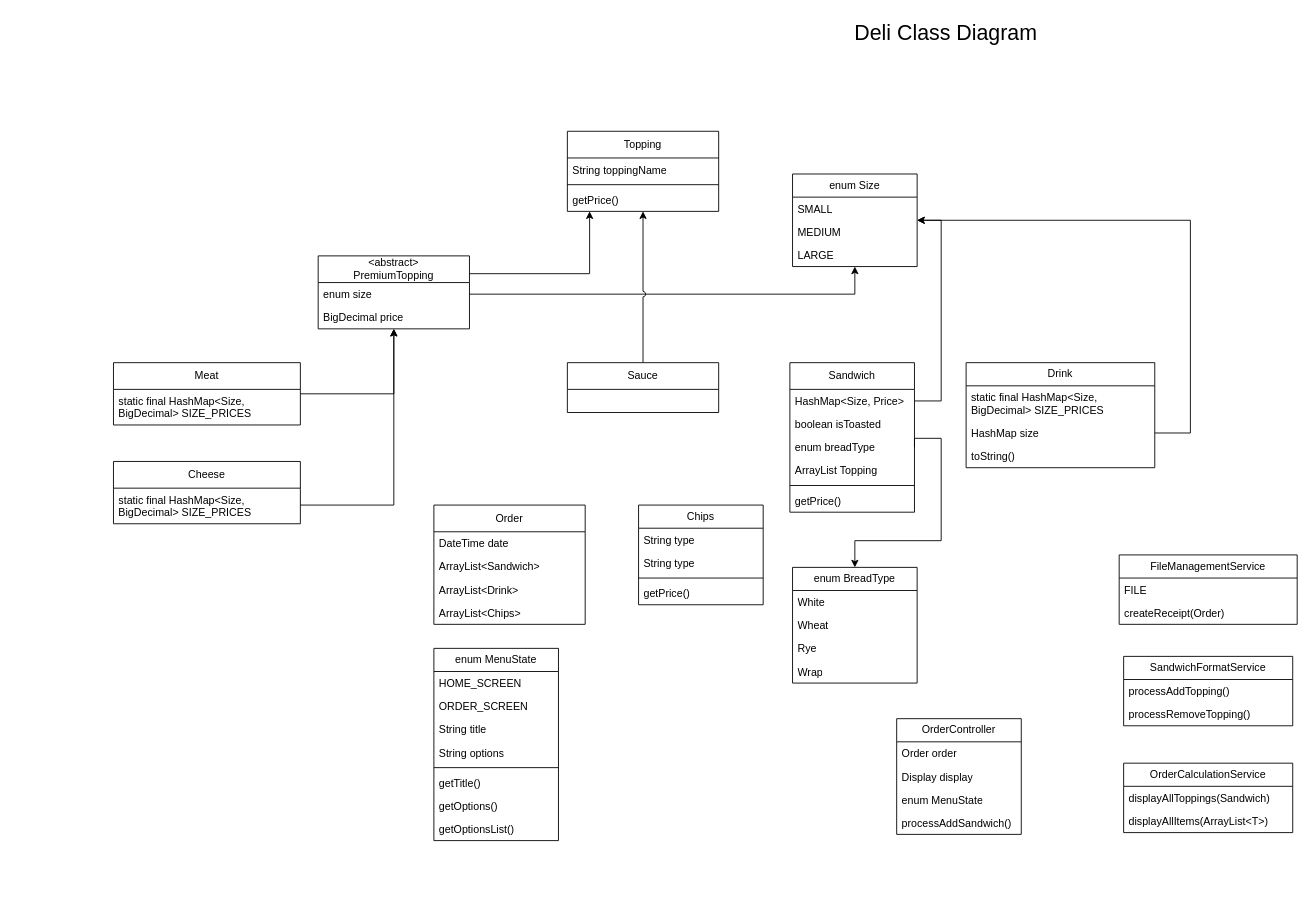
This is class-diagram/Deli Class Diagram.drawio from Phini0n/DELI-cious, a draw.io file, before an edit. Source tidied: cells renumbered, new cells numbered last; positions are measured from the earlier drawing's top-left corner, leaving out a move shared by most shapes. Both pictures are drawn from the tidied source at 89%, with x=0, y=0 at pixel (113, 15).
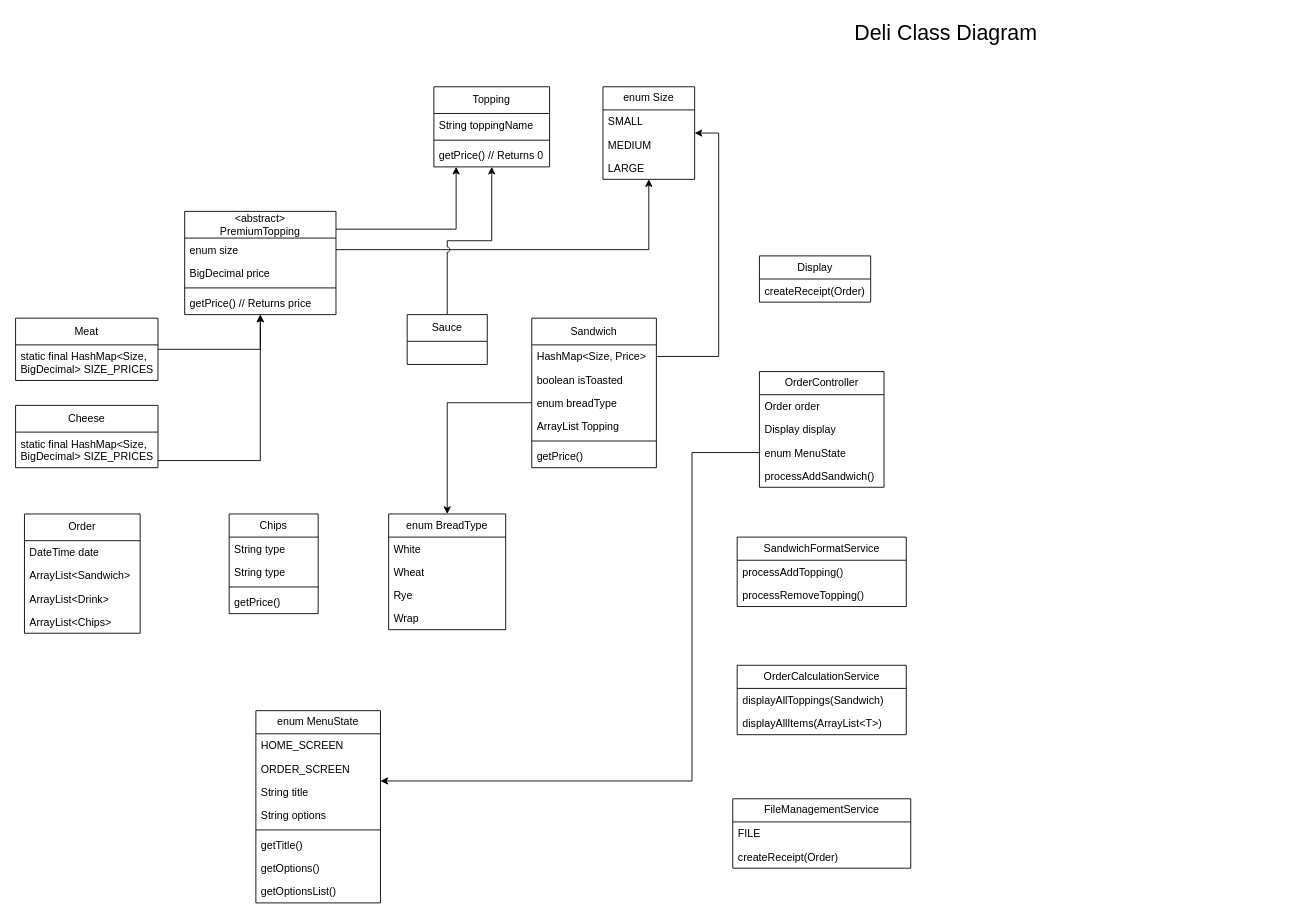
Above is the later version.

Commit message:
Finalized model section of class diagram.

Unchanged cells that the change refers to:
```xml
<mxCell id="3" value="HashMap&amp;lt;Size, Price&amp;gt;" style="text;strokeColor=none;fillColor=none;align=left;verticalAlign=top;spacingLeft=4;spacingRight=4;overflow=hidden;points=[[0,0.5],[1,0.5]];portConstraint=eastwest;whiteSpace=wrap;html=1;labelBackgroundColor=none;" parent="2" vertex="1">
  <mxGeometry y="30" width="140" height="26" as="geometry" />
</mxCell>
<mxCell id="5" value="enum breadType" style="text;strokeColor=none;fillColor=none;align=left;verticalAlign=top;spacingLeft=4;spacingRight=4;overflow=hidden;points=[[0,0.5],[1,0.5]];portConstraint=eastwest;whiteSpace=wrap;html=1;labelBackgroundColor=none;" parent="2" vertex="1">
  <mxGeometry y="82" width="140" height="26" as="geometry" />
</mxCell>
<mxCell id="74" value="enum MenuState" style="text;strokeColor=none;fillColor=none;align=left;verticalAlign=top;spacingLeft=4;spacingRight=4;overflow=hidden;points=[[0,0.5],[1,0.5]];portConstraint=eastwest;whiteSpace=wrap;html=1;labelBackgroundColor=none;" parent="71" vertex="1">
  <mxGeometry y="78" width="140" height="26" as="geometry" />
</mxCell>
```

Change to the diagram source:
```diff
@@
     <mxCell id="2" value="Sandwich" style="swimlane;fontStyle=0;horizontal=1;startSize=30;fillColor=none;whiteSpace=wrap;html=1;labelBackgroundColor=none;" parent="1" vertex="1">
-      <mxGeometry x="760" y="390" width="140" height="168" as="geometry" />
+      <mxGeometry x="470" y="340" width="140" height="168" as="geometry" />
     </mxCell>
@@
-    <mxCell id="9" value="Drink" style="swimlane;fontStyle=0;horizontal=1;startSize=26;fillColor=none;whiteSpace=wrap;html=1;labelBackgroundColor=none;" parent="1" vertex="1">
-      <mxGeometry x="958" y="390" width="212" height="118" as="geometry" />
-    </mxCell>
-    <mxCell id="10" value="static final HashMap&amp;lt;Size, BigDecimal&amp;gt; SIZE_PRICES" style="text;strokeColor=none;fillColor=none;align=left;verticalAlign=top;spacingLeft=4;spacingRight=4;overflow=hidden;whiteSpace=wrap;html=1;labelBackgroundColor=none;" parent="9" vertex="1">
-      <mxGeometry y="26" width="212" height="40" as="geometry" />
-    </mxCell>
-    <mxCell id="11" value="HashMap size" style="text;strokeColor=none;fillColor=none;align=left;verticalAlign=top;spacingLeft=4;spacingRight=4;overflow=hidden;points=[[0,0.5],[1,0.5]];portConstraint=eastwest;whiteSpace=wrap;html=1;labelBackgroundColor=none;" parent="9" vertex="1">
-      <mxGeometry y="66" width="212" height="26" as="geometry" />
-    </mxCell>
-    <mxCell id="12" value="toString()" style="text;strokeColor=none;fillColor=none;align=left;verticalAlign=top;spacingLeft=4;spacingRight=4;overflow=hidden;whiteSpace=wrap;html=1;labelBackgroundColor=none;" parent="9" vertex="1">
-      <mxGeometry y="92" width="212" height="26" as="geometry" />
-    </mxCell>
     <mxCell id="13" value="Chips" style="swimlane;fontStyle=0;horizontal=1;startSize=26;fillColor=none;whiteSpace=wrap;html=1;labelBackgroundColor=none;" parent="1" vertex="1">
-      <mxGeometry x="590" y="550" width="140" height="112" as="geometry" />
+      <mxGeometry x="130" y="560" width="100" height="112" as="geometry" />
     </mxCell>
     <mxCell id="14" value="String type" style="text;strokeColor=none;fillColor=none;align=left;verticalAlign=top;spacingLeft=4;spacingRight=4;overflow=hidden;whiteSpace=wrap;html=1;labelBackgroundColor=none;" parent="13" vertex="1">
-      <mxGeometry y="26" width="140" height="26" as="geometry" />
+      <mxGeometry y="26" width="100" height="26" as="geometry" />
     </mxCell>
     <mxCell id="15" value="String type" style="text;strokeColor=none;fillColor=none;align=left;verticalAlign=top;spacingLeft=4;spacingRight=4;overflow=hidden;whiteSpace=wrap;html=1;labelBackgroundColor=none;" parent="13" vertex="1">
-      <mxGeometry y="52" width="140" height="26" as="geometry" />
+      <mxGeometry y="52" width="100" height="26" as="geometry" />
     </mxCell>
     <mxCell id="16" style="line;strokeWidth=1;fillColor=none;align=left;verticalAlign=middle;spacingTop=-1;spacingLeft=3;spacingRight=3;labelPosition=right;strokeColor=inherit;" parent="13" vertex="1">
-      <mxGeometry y="78" width="140" height="8" as="geometry" />
+      <mxGeometry y="78" width="100" height="8" as="geometry" />
     </mxCell>
     <mxCell id="17" value="getPrice()" style="text;strokeColor=none;fillColor=none;align=left;verticalAlign=top;spacingLeft=4;spacingRight=4;overflow=hidden;whiteSpace=wrap;html=1;labelBackgroundColor=none;" parent="13" vertex="1">
-      <mxGeometry y="86" width="140" height="26" as="geometry" />
+      <mxGeometry y="86" width="100" height="26" as="geometry" />
     </mxCell>
     <mxCell id="18" value="Order" style="swimlane;fontStyle=0;horizontal=1;startSize=30;fillColor=none;whiteSpace=wrap;html=1;labelBackgroundColor=none;" parent="1" vertex="1">
-      <mxGeometry x="360" y="550" width="170" height="134" as="geometry" />
+      <mxGeometry x="-100" y="560" width="130" height="134" as="geometry" />
     </mxCell>
     <mxCell id="19" value="DateTime date" style="text;strokeColor=none;fillColor=none;align=left;verticalAlign=top;spacingLeft=4;spacingRight=4;overflow=hidden;whiteSpace=wrap;html=1;labelBackgroundColor=none;" parent="18" vertex="1">
-      <mxGeometry y="30" width="170" height="26" as="geometry" />
+      <mxGeometry y="30" width="130" height="26" as="geometry" />
     </mxCell>
     <mxCell id="20" value="ArrayList&amp;lt;Sandwich&amp;gt;" style="text;strokeColor=none;fillColor=none;align=left;verticalAlign=top;spacingLeft=4;spacingRight=4;overflow=hidden;whiteSpace=wrap;html=1;labelBackgroundColor=none;" parent="18" vertex="1">
-      <mxGeometry y="56" width="170" height="26" as="geometry" />
+      <mxGeometry y="56" width="130" height="26" as="geometry" />
     </mxCell>
     <mxCell id="21" value="ArrayList&amp;lt;Drink&amp;gt;" style="text;strokeColor=none;fillColor=none;align=left;verticalAlign=top;spacingLeft=4;spacingRight=4;overflow=hidden;whiteSpace=wrap;html=1;labelBackgroundColor=none;" parent="18" vertex="1">
-      <mxGeometry y="82" width="170" height="26" as="geometry" />
+      <mxGeometry y="82" width="130" height="26" as="geometry" />
     </mxCell>
     <mxCell id="22" value="ArrayList&amp;lt;Chips&amp;gt;" style="text;strokeColor=none;fillColor=none;align=left;verticalAlign=top;spacingLeft=4;spacingRight=4;overflow=hidden;whiteSpace=wrap;html=1;labelBackgroundColor=none;" parent="18" vertex="1">
-      <mxGeometry y="108" width="170" height="26" as="geometry" />
+      <mxGeometry y="108" width="130" height="26" as="geometry" />
     </mxCell>
@@
     <mxCell id="24" value="&lt;span style=&quot;background-color: initial;&quot;&gt;Topping&lt;/span&gt;" style="swimlane;fontStyle=0;horizontal=1;startSize=30;fillColor=none;whiteSpace=wrap;html=1;labelBackgroundColor=none;" parent="1" vertex="1">
-      <mxGeometry x="510" y="130" width="170" height="90" as="geometry" />
+      <mxGeometry x="360" y="80" width="130" height="90" as="geometry" />
     </mxCell>
     <mxCell id="25" value="String toppingName" style="text;strokeColor=none;fillColor=none;align=left;verticalAlign=top;spacingLeft=4;spacingRight=4;overflow=hidden;whiteSpace=wrap;html=1;labelBackgroundColor=none;" parent="24" vertex="1">
-      <mxGeometry y="30" width="170" height="26" as="geometry" />
+      <mxGeometry y="30" width="130" height="26" as="geometry" />
     </mxCell>
     <mxCell id="26" style="line;strokeWidth=1;fillColor=none;align=left;verticalAlign=middle;spacingTop=-1;spacingLeft=3;spacingRight=3;labelPosition=right;strokeColor=inherit;" parent="24" vertex="1">
-      <mxGeometry y="56" width="170" height="8" as="geometry" />
+      <mxGeometry y="56" width="130" height="8" as="geometry" />
     </mxCell>
-    <mxCell id="27" value="getPrice()" style="text;strokeColor=none;fillColor=none;align=left;verticalAlign=top;spacingLeft=4;spacingRight=4;overflow=hidden;whiteSpace=wrap;html=1;labelBackgroundColor=none;" parent="24" vertex="1">
-      <mxGeometry y="64" width="170" height="26" as="geometry" />
+    <mxCell id="27" value="getPrice() // Returns 0" style="text;strokeColor=none;fillColor=none;align=left;verticalAlign=top;spacingLeft=4;spacingRight=4;overflow=hidden;whiteSpace=wrap;html=1;labelBackgroundColor=none;" parent="24" vertex="1">
+      <mxGeometry y="64" width="130" height="26" as="geometry" />
     </mxCell>
     <mxCell id="28" value="OrderCalculationService" style="swimlane;fontStyle=0;horizontal=1;startSize=26;fillColor=none;whiteSpace=wrap;html=1;labelBackgroundColor=none;" parent="1" vertex="1">
-      <mxGeometry x="1135" y="840" width="190" height="78" as="geometry" />
+      <mxGeometry x="700.8" y="730" width="190" height="78" as="geometry" />
     </mxCell>
@@
     <mxCell id="31" style="edgeStyle=orthogonalEdgeStyle;rounded=0;jettySize=auto;html=1;" parent="1" edge="1" source="32" target="24">
       <mxGeometry relative="1" as="geometry">
         <Array as="points">
-          <mxPoint x="535" y="290" />
+          <mxPoint x="385" y="240" />
         </Array>
       </mxGeometry>
     </mxCell>
     <mxCell id="32" value="&lt;div&gt;&lt;span style=&quot;background-color: initial;&quot;&gt;&amp;lt;abstract&amp;gt;&lt;/span&gt;&lt;/div&gt;&lt;div&gt;&lt;span style=&quot;background-color: initial;&quot;&gt;PremiumTopping&lt;/span&gt;&lt;/div&gt;" style="swimlane;fontStyle=0;horizontal=1;startSize=30;fillColor=none;whiteSpace=wrap;html=1;labelBackgroundColor=none;" parent="1" vertex="1">
-      <mxGeometry x="230" y="270" width="170" height="82" as="geometry" />
+      <mxGeometry x="80" y="220" width="170" height="116" as="geometry" />
     </mxCell>
@@
+    <mxCell id="76" style="line;strokeWidth=1;fillColor=none;align=left;verticalAlign=middle;spacingTop=-1;spacingLeft=3;spacingRight=3;labelPosition=right;strokeColor=inherit;" parent="32" vertex="1">
+      <mxGeometry y="82" width="170" height="8" as="geometry" />
+    </mxCell>
+    <mxCell id="77" value="getPrice() // Returns price" style="text;strokeColor=none;fillColor=none;align=left;verticalAlign=top;spacingLeft=4;spacingRight=4;overflow=hidden;whiteSpace=wrap;html=1;labelBackgroundColor=none;" parent="32" vertex="1">
+      <mxGeometry y="90" width="170" height="26" as="geometry" />
+    </mxCell>
     <mxCell id="35" value="FileManagementService" style="swimlane;fontStyle=0;horizontal=1;startSize=26;fillColor=none;whiteSpace=wrap;html=1;labelBackgroundColor=none;" parent="1" vertex="1">
-      <mxGeometry x="1130" y="606" width="200" height="78" as="geometry" />
+      <mxGeometry x="695.8" y="880" width="200" height="78" as="geometry" />
     </mxCell>
@@
     <mxCell id="38" value="enum BreadType" style="swimlane;fontStyle=0;horizontal=1;startSize=26;fillColor=none;whiteSpace=wrap;html=1;labelBackgroundColor=none;" parent="1" vertex="1">
-      <mxGeometry x="763" y="620" width="140" height="130" as="geometry" />
+      <mxGeometry x="309.2" y="560" width="131.5" height="130" as="geometry" />
     </mxCell>
     <mxCell id="39" value="White" style="text;strokeColor=none;fillColor=none;align=left;verticalAlign=top;spacingLeft=4;spacingRight=4;overflow=hidden;whiteSpace=wrap;html=1;labelBackgroundColor=none;" parent="38" vertex="1">
-      <mxGeometry y="26" width="140" height="26" as="geometry" />
+      <mxGeometry y="26" width="131.5" height="26" as="geometry" />
     </mxCell>
     <mxCell id="40" value="Wheat" style="text;strokeColor=none;fillColor=none;align=left;verticalAlign=top;spacingLeft=4;spacingRight=4;overflow=hidden;whiteSpace=wrap;html=1;labelBackgroundColor=none;" parent="38" vertex="1">
-      <mxGeometry y="52" width="140" height="26" as="geometry" />
+      <mxGeometry y="52" width="131.5" height="26" as="geometry" />
     </mxCell>
     <mxCell id="41" value="Rye" style="text;strokeColor=none;fillColor=none;align=left;verticalAlign=top;spacingLeft=4;spacingRight=4;overflow=hidden;whiteSpace=wrap;html=1;labelBackgroundColor=none;" parent="38" vertex="1">
-      <mxGeometry y="78" width="140" height="26" as="geometry" />
+      <mxGeometry y="78" width="131.5" height="26" as="geometry" />
     </mxCell>
     <mxCell id="42" value="Wrap" style="text;strokeColor=none;fillColor=none;align=left;verticalAlign=top;spacingLeft=4;spacingRight=4;overflow=hidden;whiteSpace=wrap;html=1;labelBackgroundColor=none;" parent="38" vertex="1">
-      <mxGeometry y="104" width="140" height="26" as="geometry" />
+      <mxGeometry y="104" width="131.5" height="26" as="geometry" />
     </mxCell>
     <mxCell id="43" value="SandwichFormatService" style="swimlane;fontStyle=0;horizontal=1;startSize=26;fillColor=none;whiteSpace=wrap;html=1;labelBackgroundColor=none;" parent="1" vertex="1">
-      <mxGeometry x="1135" y="720" width="190" height="78" as="geometry" />
+      <mxGeometry x="700.8" y="586" width="190" height="78" as="geometry" />
     </mxCell>
@@
     <mxCell id="46" value="enum Size" style="swimlane;fontStyle=0;horizontal=1;startSize=26;fillColor=none;whiteSpace=wrap;html=1;labelBackgroundColor=none;" parent="1" vertex="1">
-      <mxGeometry x="763" y="178" width="140" height="104" as="geometry" />
+      <mxGeometry x="550" y="80" width="103" height="104" as="geometry" />
     </mxCell>
     <mxCell id="47" value="SMALL" style="text;strokeColor=none;fillColor=none;align=left;verticalAlign=top;spacingLeft=4;spacingRight=4;overflow=hidden;whiteSpace=wrap;html=1;labelBackgroundColor=none;" parent="46" vertex="1">
-      <mxGeometry y="26" width="140" height="26" as="geometry" />
+      <mxGeometry y="26" width="103" height="26" as="geometry" />
     </mxCell>
     <mxCell id="48" value="MEDIUM" style="text;strokeColor=none;fillColor=none;align=left;verticalAlign=top;spacingLeft=4;spacingRight=4;overflow=hidden;whiteSpace=wrap;html=1;labelBackgroundColor=none;" parent="46" vertex="1">
-      <mxGeometry y="52" width="140" height="26" as="geometry" />
+      <mxGeometry y="52" width="103" height="26" as="geometry" />
     </mxCell>
     <mxCell id="49" value="LARGE" style="text;strokeColor=none;fillColor=none;align=left;verticalAlign=top;spacingLeft=4;spacingRight=4;overflow=hidden;whiteSpace=wrap;html=1;labelBackgroundColor=none;" parent="46" vertex="1">
-      <mxGeometry y="78" width="140" height="26" as="geometry" />
+      <mxGeometry y="78" width="103" height="26" as="geometry" />
     </mxCell>
     <mxCell id="50" style="edgeStyle=orthogonalEdgeStyle;rounded=0;jettySize=auto;html=1;" parent="1" edge="1" source="3" target="46">
       <mxGeometry relative="1" as="geometry">
         <Array as="points">
-          <mxPoint x="930" y="433" />
-          <mxPoint x="930" y="230" />
+          <mxPoint x="680" y="383" />
+          <mxPoint x="680" y="132" />
         </Array>
       </mxGeometry>
     </mxCell>
-    <mxCell id="51" style="edgeStyle=orthogonalEdgeStyle;rounded=0;jettySize=auto;html=1;exitX=1;exitY=0.5;exitDx=0;exitDy=0;" parent="1" edge="1" source="5" target="38">
-      <mxGeometry relative="1" as="geometry">
-        <Array as="points">
-          <mxPoint x="930" y="475" />
-          <mxPoint x="930" y="590" />
-          <mxPoint x="833" y="590" />
-        </Array>
-      </mxGeometry>
-    </mxCell>
     <mxCell id="52" value="enum MenuState" style="swimlane;fontStyle=0;horizontal=1;startSize=26;fillColor=none;whiteSpace=wrap;html=1;labelBackgroundColor=none;" parent="1" vertex="1">
-      <mxGeometry x="360" y="711" width="140" height="216" as="geometry" />
+      <mxGeometry x="160" y="781" width="140" height="216" as="geometry" />
     </mxCell>
@@
     <mxCell id="62" value="&lt;div&gt;&lt;span style=&quot;background-color: initial;&quot;&gt;Meat&lt;/span&gt;&lt;/div&gt;" style="swimlane;fontStyle=0;horizontal=1;startSize=30;fillColor=none;whiteSpace=wrap;html=1;labelBackgroundColor=none;" parent="1" vertex="1">
-      <mxGeometry y="390" width="210" height="70" as="geometry" />
+      <mxGeometry x="-110" y="340" width="160" height="70" as="geometry" />
     </mxCell>
     <mxCell id="63" value="static final HashMap&amp;lt;Size, BigDecimal&amp;gt; SIZE_PRICES" style="text;strokeColor=none;fillColor=none;align=left;verticalAlign=top;spacingLeft=4;spacingRight=4;overflow=hidden;whiteSpace=wrap;html=1;labelBackgroundColor=none;" parent="62" vertex="1">
-      <mxGeometry y="30" width="210" height="40" as="geometry" />
+      <mxGeometry y="30" width="160" height="40" as="geometry" />
     </mxCell>
@@
     <mxCell id="66" value="&lt;div&gt;&lt;span style=&quot;background-color: initial;&quot;&gt;Sauce&lt;/span&gt;&lt;/div&gt;" style="swimlane;fontStyle=0;horizontal=1;startSize=30;fillColor=none;whiteSpace=wrap;html=1;labelBackgroundColor=none;" parent="1" vertex="1">
-      <mxGeometry x="510" y="390" width="170" height="56" as="geometry" />
+      <mxGeometry x="330" y="336" width="90" height="56" as="geometry" />
     </mxCell>
     <mxCell id="67" style="edgeStyle=orthogonalEdgeStyle;rounded=0;jettySize=auto;html=1;" parent="1" edge="1" source="68" target="32">
       <mxGeometry relative="1" as="geometry">
         <Array as="points">
-          <mxPoint x="315" y="550" />
+          <mxPoint x="165" y="500" />
         </Array>
       </mxGeometry>
     </mxCell>
     <mxCell id="68" value="&lt;div&gt;&lt;span style=&quot;background-color: initial;&quot;&gt;Cheese&lt;/span&gt;&lt;/div&gt;" style="swimlane;fontStyle=0;horizontal=1;startSize=30;fillColor=none;whiteSpace=wrap;html=1;labelBackgroundColor=none;" parent="1" vertex="1">
-      <mxGeometry y="501" width="210" height="70" as="geometry" />
+      <mxGeometry x="-110" y="438" width="160" height="70" as="geometry" />
     </mxCell>
     <mxCell id="69" value="static final HashMap&amp;lt;Size, BigDecimal&amp;gt; SIZE_PRICES" style="text;strokeColor=none;fillColor=none;align=left;verticalAlign=top;spacingLeft=4;spacingRight=4;overflow=hidden;whiteSpace=wrap;html=1;labelBackgroundColor=none;" parent="68" vertex="1">
-      <mxGeometry y="30" width="210" height="40" as="geometry" />
+      <mxGeometry y="30" width="160" height="40" as="geometry" />
     </mxCell>
-    <mxCell id="70" style="edgeStyle=orthogonalEdgeStyle;rounded=0;jettySize=auto;html=1;" parent="1" edge="1" source="11" target="46">
-      <mxGeometry relative="1" as="geometry">
-        <Array as="points">
-          <mxPoint x="1210" y="469" />
-          <mxPoint x="1210" y="230" />
-        </Array>
-      </mxGeometry>
-    </mxCell>
     <mxCell id="71" value="OrderController" style="swimlane;fontStyle=0;horizontal=1;startSize=26;fillColor=none;whiteSpace=wrap;html=1;labelBackgroundColor=none;" parent="1" vertex="1">
-      <mxGeometry x="880" y="790" width="140" height="130" as="geometry" />
+      <mxGeometry x="725.8" y="400" width="140" height="130" as="geometry" />
     </mxCell>
@@
+    <mxCell id="78" value="Display" style="swimlane;fontStyle=0;horizontal=1;startSize=26;fillColor=none;whiteSpace=wrap;html=1;labelBackgroundColor=none;" parent="1" vertex="1">
+      <mxGeometry x="725.8" y="270" width="125" height="52" as="geometry" />
+    </mxCell>
+    <mxCell id="79" value="createReceipt(Order)" style="text;strokeColor=none;fillColor=none;align=left;verticalAlign=top;spacingLeft=4;spacingRight=4;overflow=hidden;whiteSpace=wrap;html=1;labelBackgroundColor=none;" parent="78" vertex="1">
+      <mxGeometry y="26" width="125" height="26" as="geometry" />
+    </mxCell>
+    <mxCell id="51" style="edgeStyle=orthogonalEdgeStyle;rounded=0;jettySize=auto;html=1;" parent="1" edge="1" source="5" target="38">
+      <mxGeometry relative="1" as="geometry" />
+    </mxCell>
+    <mxCell id="80" style="edgeStyle=orthogonalEdgeStyle;rounded=0;jettySize=auto;html=1;" parent="1" edge="1" source="74" target="52">
+      <mxGeometry relative="1" as="geometry">
+        <Array as="points">
+          <mxPoint x="650" y="491" />
+          <mxPoint x="650" y="860" />
+        </Array>
+      </mxGeometry>
+    </mxCell>
```
